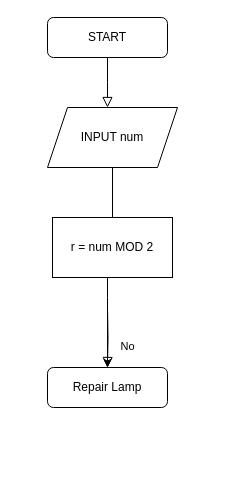
Above: Untitled Diagram.drawio in NTDuong96/adventworld (draw.io), before the change. Source tidied: cells renumbered, new cells numbered last; positions are measured from the earlier drawing's top-left corner, leaving out a move shared by most shapes. Both pictures are drawn from the tidied source at 100%, with x=0, y=0 at pixel (47, 17).
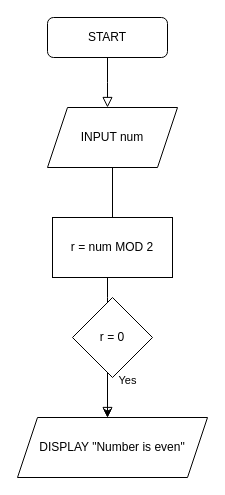
The same diagram, later.

What changed in the source:
```diff
@@
 <mxGraphModel>
   <root>
     <mxCell id="0" />
     <mxCell id="1" parent="0" />
     <mxCell id="2" style="rounded=0;html=1;jettySize=auto;fontSize=11;endArrow=block;endFill=0;endSize=8;strokeWidth=1;shadow=0;labelBackgroundColor=none;edgeStyle=orthogonalEdgeStyle;" parent="1" edge="1" source="3">
       <mxGeometry relative="1" as="geometry">
         <mxPoint x="60" y="90" as="targetPoint" />
       </mxGeometry>
     </mxCell>
     <mxCell id="3" value="START" style="rounded=1;whiteSpace=wrap;html=1;fontSize=12;glass=0;strokeWidth=1;shadow=0;" parent="1" vertex="1">
       <mxGeometry width="120" height="40" as="geometry" />
     </mxCell>
-    <mxCell id="4" value="No" style="rounded=0;html=1;jettySize=auto;fontSize=11;endArrow=block;endFill=0;endSize=8;strokeWidth=1;shadow=0;labelBackgroundColor=none;edgeStyle=orthogonalEdgeStyle;" parent="1" edge="1" target="5">
+    <mxCell id="4" value="Yes" style="rounded=0;html=1;jettySize=auto;orthogonalLoop=1;fontSize=11;endArrow=block;endFill=0;endSize=8;strokeWidth=1;shadow=0;labelBackgroundColor=none;edgeStyle=orthogonalEdgeStyle;" parent="1" edge="1">
       <mxGeometry x="0.33" y="20" relative="1" as="geometry">
         <mxPoint x="60" y="290" as="sourcePoint" />
+        <mxPoint x="60" y="400" as="targetPoint" />
       </mxGeometry>
     </mxCell>
-    <mxCell id="5" value="Repair Lamp" style="rounded=1;whiteSpace=wrap;html=1;fontSize=12;glass=0;strokeWidth=1;shadow=0;" parent="1" vertex="1">
-      <mxGeometry y="350" width="120" height="40" as="geometry" />
-    </mxCell>
     <mxCell id="6" value="INPUT num" style="shape=parallelogram;perimeter=parallelogramPerimeter;whiteSpace=wrap;html=1;fixedSize=1;" parent="1" vertex="1">
       <mxGeometry y="90" width="130" height="60" as="geometry" />
     </mxCell>
     <mxCell id="7" style="edgeStyle=orthogonalEdgeStyle;rounded=0;html=1;jettySize=auto;fontSize=11;endArrow=none;endFill=0;endSize=8;strokeWidth=1;shadow=0;labelBackgroundColor=none;exitX=0.5;exitY=0;exitDx=0;exitDy=0;" parent="1" edge="1" source="9" target="6">
       <mxGeometry y="10" relative="1" as="geometry" />
     </mxCell>
-    <mxCell id="8" style="edgeStyle=orthogonalEdgeStyle;rounded=0;jettySize=auto;html=1;" parent="1" edge="1" source="9" target="5">
+    <mxCell id="8" style="edgeStyle=orthogonalEdgeStyle;rounded=0;jettySize=auto;html=1;" parent="1" edge="1" source="9">
       <mxGeometry relative="1" as="geometry">
+        <mxPoint x="60" y="400" as="targetPoint" />
         <Array as="points">
           <mxPoint x="60" y="280" />
           <mxPoint x="60" y="280" />
         </Array>
       </mxGeometry>
     </mxCell>
     <mxCell id="9" value="r = num MOD 2" style="rounded=0;whiteSpace=wrap;html=1;" parent="1" vertex="1">
       <mxGeometry x="5" y="200" width="120" height="60" as="geometry" />
     </mxCell>
+    <mxCell id="10" value="r = 0" style="rhombus;whiteSpace=wrap;html=1;" parent="1" vertex="1">
+      <mxGeometry x="25" y="280" width="80" height="80" as="geometry" />
+    </mxCell>
+    <mxCell id="11" value="DISPLAY &quot;Number is even&quot;" style="shape=parallelogram;perimeter=parallelogramPerimeter;whiteSpace=wrap;html=1;fixedSize=1;" parent="1" vertex="1">
+      <mxGeometry x="-30" y="400" width="190" height="60" as="geometry" />
+    </mxCell>
   </root>
 </mxGraphModel>
```
